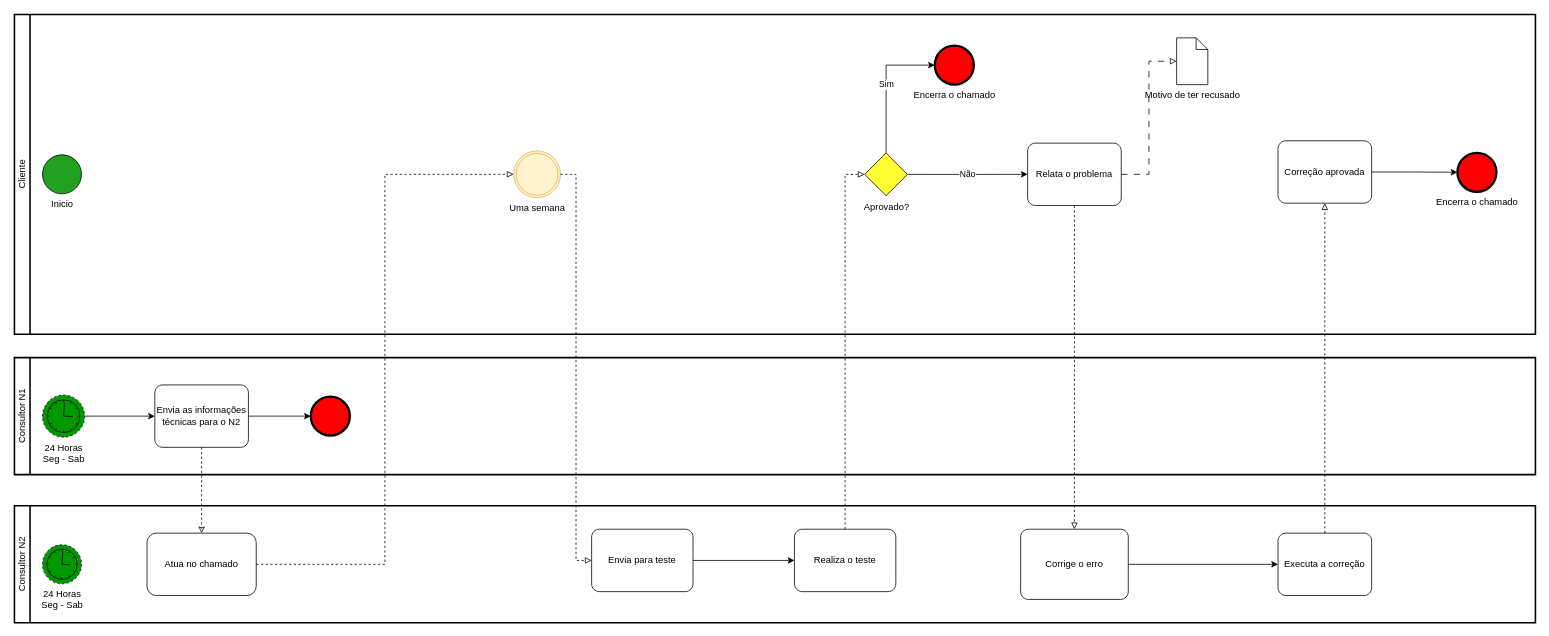
Above: Diagrama sem nome.drawio in gtamagnini/PROJETO-CRAWLER (draw.io), before the change. Source tidied: cells renumbered, new cells numbered last; positions are measured from the earlier drawing's top-left corner, leaving out a move shared by most shapes. Both pictures are drawn from the tidied source at 78%, with x=0, y=0 at pixel (14, 14).
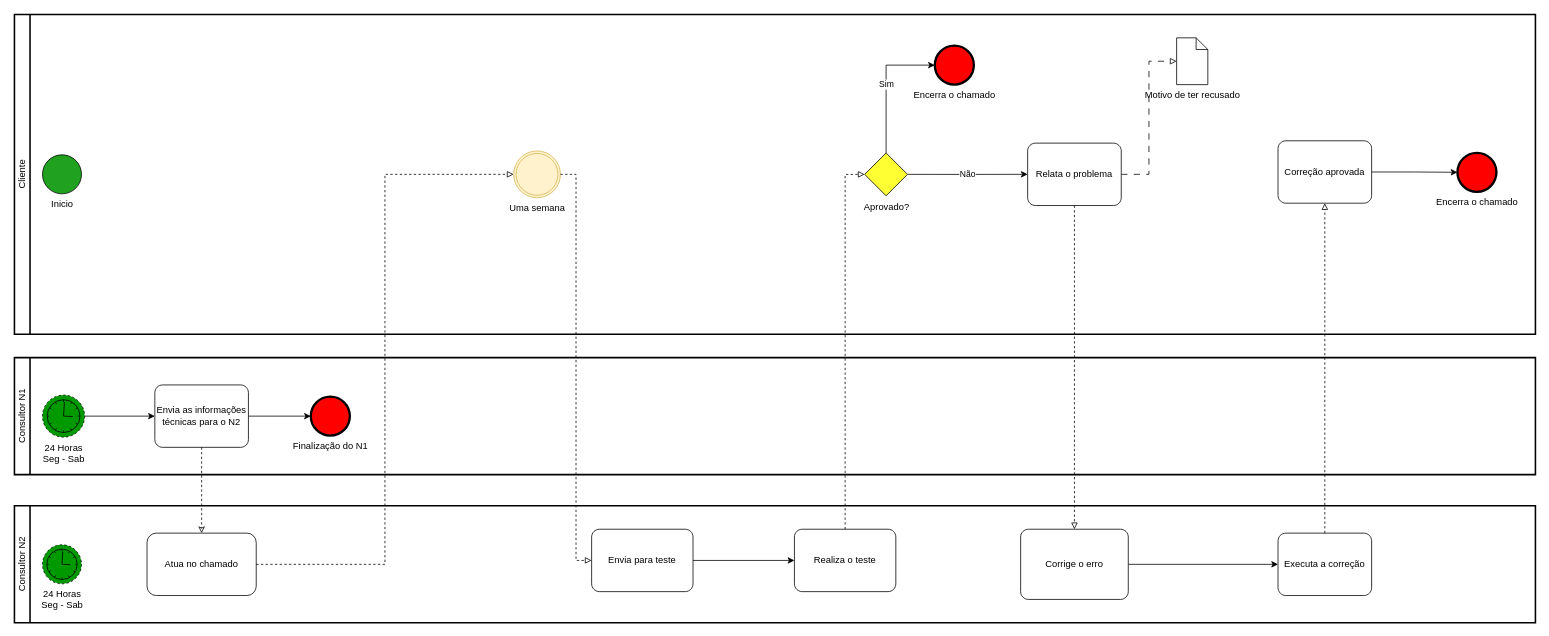
Above is the later version.

Unchanged cells that the change refers to:
```xml
<mxCell id="2" value="Consultor N1" style="swimlane;html=1;startSize=20;fontStyle=0;horizontal=0;swimlaneLine=1;swimlaneFillColor=#ffffff;strokeWidth=2;whiteSpace=wrap;" parent="1" vertex="1">
  <mxGeometry y="440" width="1950" height="150" as="geometry" />
</mxCell>
```

Change to the diagram source:
```diff
@@
-    <mxCell id="7" style="points=[[0.145,0.145,0],[0.5,0,0],[0.855,0.145,0],[1,0.5,0],[0.855,0.855,0],[0.5,1,0],[0.145,0.855,0],[0,0.5,0]];shape=mxgraph.bpmn.event;html=1;verticalLabelPosition=bottom;labelBackgroundColor=#ffffff;verticalAlign=top;align=center;perimeter=ellipsePerimeter;outlineConnect=0;outline=end;symbol=terminate2;fillColor=#FF0000;" parent="2" vertex="1">
+    <mxCell id="7" value="Finalização do N1" style="points=[[0.145,0.145,0],[0.5,0,0],[0.855,0.145,0],[1,0.5,0],[0.855,0.855,0],[0.5,1,0],[0.145,0.855,0],[0,0.5,0]];shape=mxgraph.bpmn.event;html=1;verticalLabelPosition=bottom;labelBackgroundColor=#ffffff;verticalAlign=top;align=center;perimeter=ellipsePerimeter;outlineConnect=0;outline=end;symbol=terminate2;fillColor=#FF0000;" parent="2" vertex="1">
       <mxGeometry x="380" y="50" width="50" height="50" as="geometry" />
     </mxCell>
```
